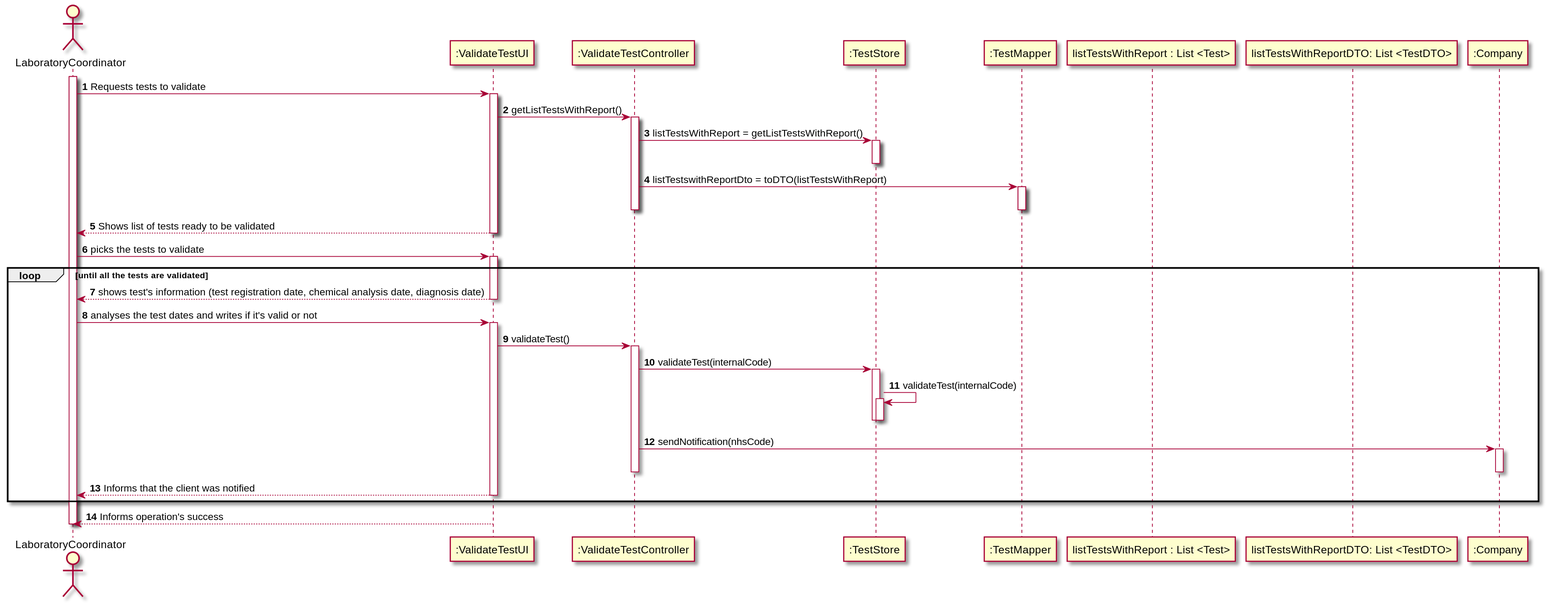
This is docs/SprintC/US15/US15_SD.svg from MadDinosaur/ISEP-LAPR2, a PlantUML export, as it was before one commit.
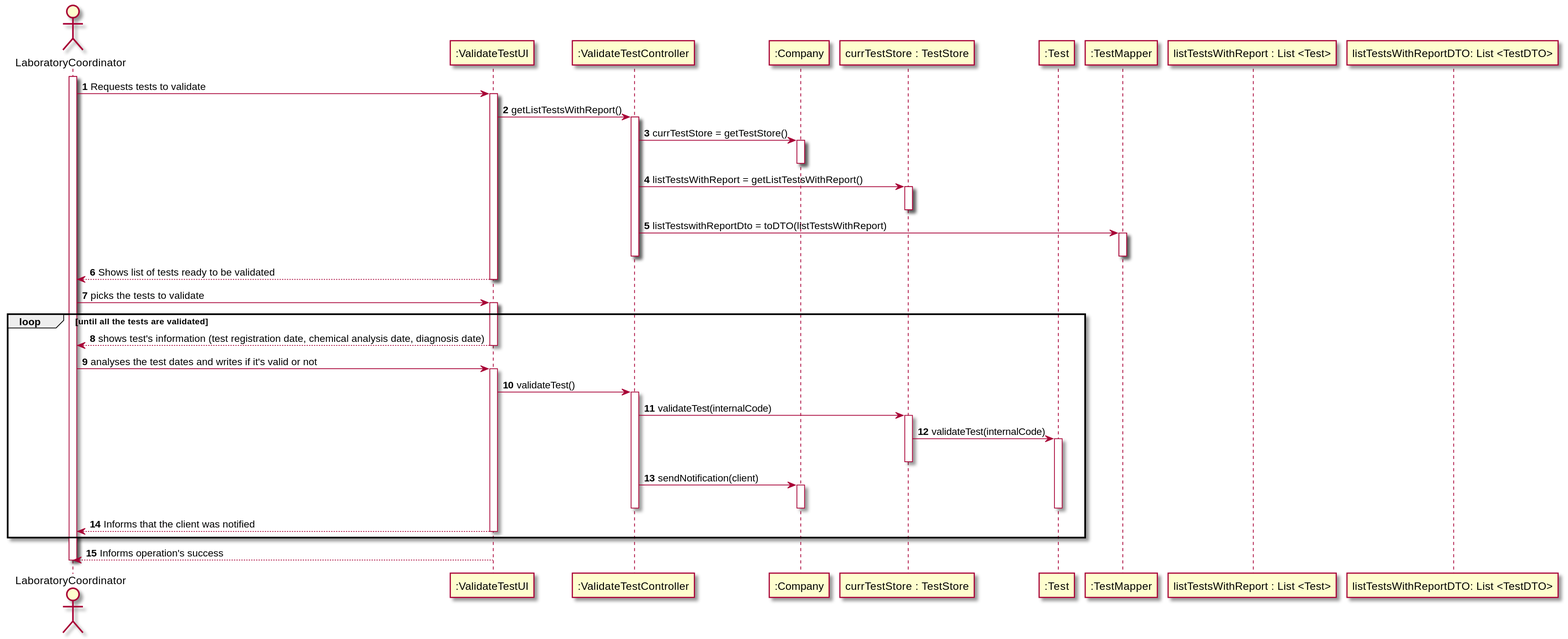
After the commit.

The edit, as a diff of the source:
```diff
@@ -5,17 +5,22 @@
 actor LaboratoryCoordinator as LABCO
 participant ":ValidateTestUI" as UI
 participant ":ValidateTestController" as CTRL
-participant ":TestStore" as STORE
+participant ":Company" as CMP
+participant "currTestStore : TestStore" as STORE
+participant ":Test" as TEST
 participant ":TestMapper" as MAP
 participant "listTestsWithReport : List <Test>" as testList
 participant "listTestsWithReportDTO: List <TestDTO>" as testListDTO
-participant ":Company" as CMP
+
 
 activate LABCO
 LABCO -> UI: Requests tests to validate
 activate UI
 UI -> CTRL: getListTestsWithReport()
 activate CTRL
+CTRL -> CMP: currTestStore = getTestStore()
+activate CMP
+deactivate CMP
 CTRL -> STORE: listTestsWithReport = getListTestsWithReport()
 activate STORE
 deactivate STORE
@@ -38,12 +43,12 @@
 activate CTRL
 CTRL -> STORE: validateTest(internalCode)
 activate STORE
-STORE -> STORE: validateTest(internalCode)
-activate STORE
+STORE -> TEST: validateTest(internalCode)
+activate TEST
 deactivate STORE
-deactivate STORE
-CTRL -> CMP: sendNotification(nhsCode)
+CTRL -> CMP: sendNotification(client)
 activate CMP
+deactivate TEST
 deactivate CMP
 deactivate CTRL
 UI --> LABCO: Informs that the client was notified
```
